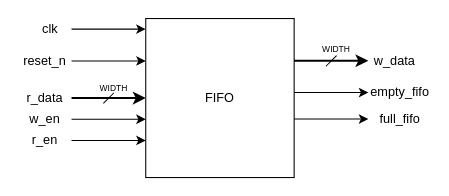
ElHamzi-Abderrahim/fifo keeps this draw.io diagram as page "block_diagram" (1 of 2) of doc/fifo_block.drawio. Above is the earlier version. Source tidied: cells renumbered, new cells numbered last; positions are measured from the earlier drawing's top-left corner, leaving out a move shared by most shapes. Both pictures are drawn from the tidied source at 106%, with x=0, y=0 at pixel (18, 18).
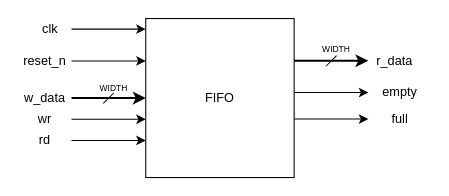
The same diagram, later.

The edit, as a diff of the source:
```diff
@@
-    <mxCell id="7" value="r_data" style="text;html=1;whiteSpace=wrap;strokeColor=none;fillColor=none;align=center;verticalAlign=middle;rounded=0;" parent="1" vertex="1">
+    <mxCell id="7" value="w_data" style="text;html=1;whiteSpace=wrap;strokeColor=none;fillColor=none;align=center;verticalAlign=middle;rounded=0;" parent="1" vertex="1">
       <mxGeometry y="65" width="50" height="20" as="geometry" />
     </mxCell>
@@
-    <mxCell id="9" value="w_en" style="text;html=1;whiteSpace=wrap;strokeColor=none;fillColor=none;align=center;verticalAlign=middle;rounded=0;" parent="1" vertex="1">
+    <mxCell id="9" value="wr" style="text;html=1;whiteSpace=wrap;strokeColor=none;fillColor=none;align=center;verticalAlign=middle;rounded=0;" parent="1" vertex="1">
       <mxGeometry y="85" width="50" height="20" as="geometry" />
     </mxCell>
@@
-    <mxCell id="11" value="r_en" style="text;html=1;whiteSpace=wrap;strokeColor=none;fillColor=none;align=center;verticalAlign=middle;rounded=0;" parent="1" vertex="1">
+    <mxCell id="11" value="rd" style="text;html=1;whiteSpace=wrap;strokeColor=none;fillColor=none;align=center;verticalAlign=middle;rounded=0;" parent="1" vertex="1">
       <mxGeometry y="105" width="50" height="20" as="geometry" />
     </mxCell>
@@
-    <mxCell id="14" value="w_data" style="text;html=1;whiteSpace=wrap;strokeColor=none;fillColor=none;align=center;verticalAlign=middle;rounded=0;" parent="1" vertex="1">
+    <mxCell id="14" value="r_data" style="text;html=1;whiteSpace=wrap;strokeColor=none;fillColor=none;align=center;verticalAlign=middle;rounded=0;" parent="1" vertex="1">
       <mxGeometry x="330" y="30" width="50" height="20" as="geometry" />
     </mxCell>
@@
-    <mxCell id="16" value="empty_fifo" style="text;html=1;whiteSpace=wrap;strokeColor=none;fillColor=none;align=center;verticalAlign=middle;rounded=0;" parent="1" vertex="1">
+    <mxCell id="16" value="empty" style="text;html=1;whiteSpace=wrap;strokeColor=none;fillColor=none;align=center;verticalAlign=middle;rounded=0;" parent="1" vertex="1">
       <mxGeometry x="330" y="60" width="60" height="20" as="geometry" />
     </mxCell>
@@
-    <mxCell id="18" value="full_fifo" style="text;html=1;whiteSpace=wrap;strokeColor=none;fillColor=none;align=center;verticalAlign=middle;rounded=0;" parent="1" vertex="1">
+    <mxCell id="18" value="full" style="text;html=1;whiteSpace=wrap;strokeColor=none;fillColor=none;align=center;verticalAlign=middle;rounded=0;" parent="1" vertex="1">
       <mxGeometry x="330" y="85" width="60" height="20" as="geometry" />
     </mxCell>
```
